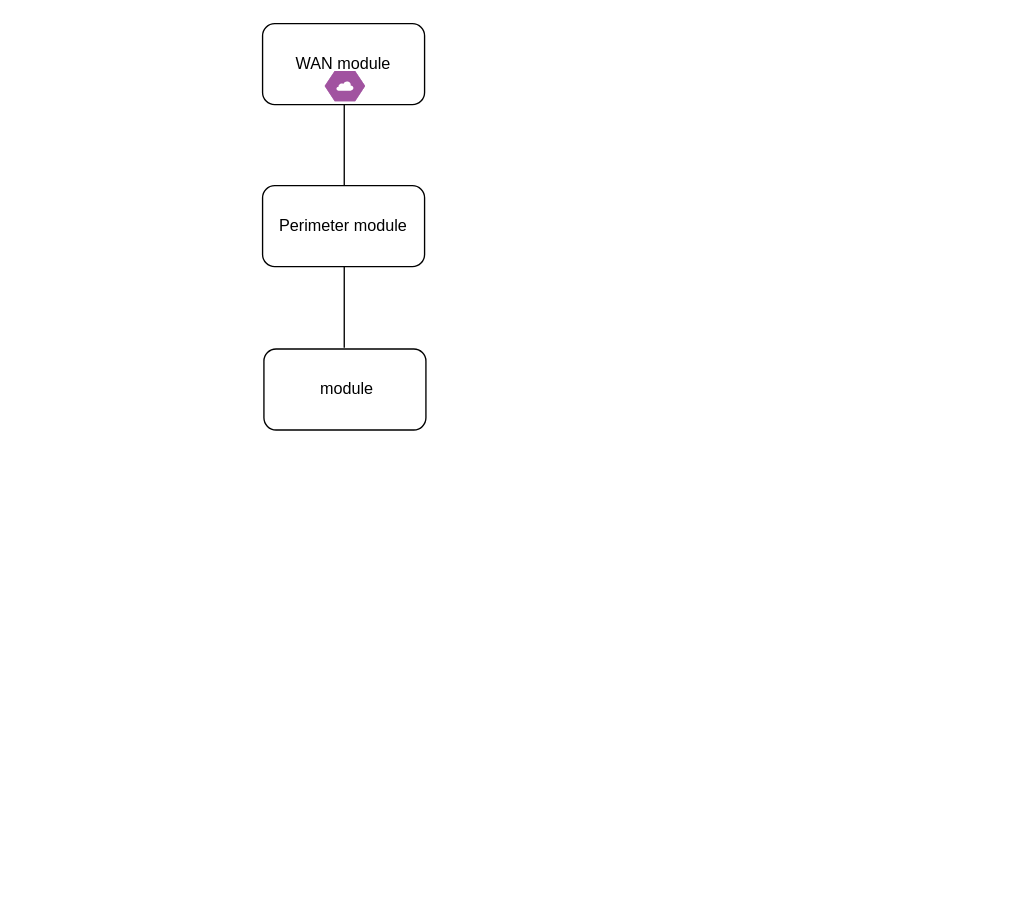
Earlier version of the draw.io diagram qlrr.drawio (Khuemin/Network). Source tidied: cells renumbered, new cells numbered last; positions are measured from the earlier drawing's top-left corner, leaving out a move shared by most shapes. Both pictures are drawn from the tidied source at 135%, with x=0, y=0 at pixel (262, 23).
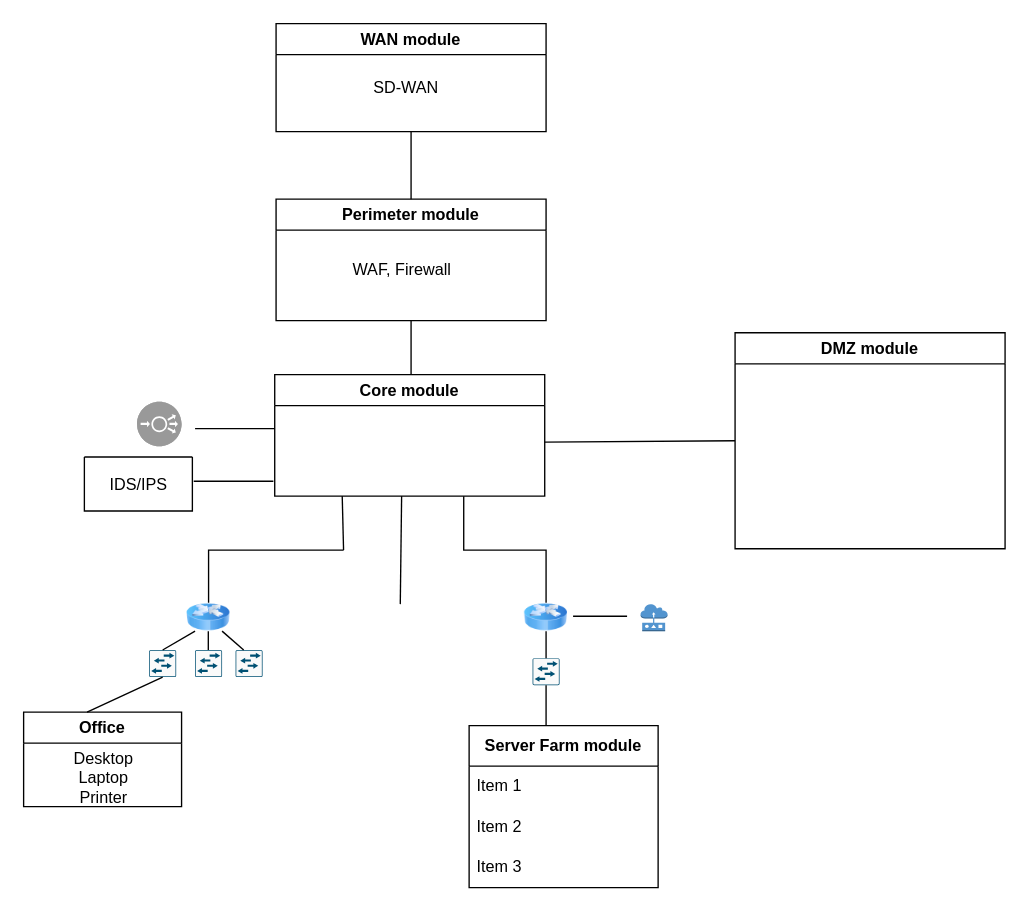
The same diagram, later.

Commit message (it also covers changes not shown here):
Cập nhật qlrr.drawio

Diff of the diagram source:
```diff
@@
-    <mxCell id="2" value="WAN module" style="rounded=1;whiteSpace=wrap;html=1;" parent="1" vertex="1">
-      <mxGeometry width="120" height="60" as="geometry" />
+    <mxCell id="2" value="WAN module" style="swimlane;whiteSpace=wrap;html=1;" parent="1" vertex="1">
+      <mxGeometry x="10" width="200" height="80" as="geometry" />
     </mxCell>
-    <mxCell id="3" style="verticalLabelPosition=bottom;sketch=0;html=1;fillColor=#A153A0;strokeColor=#ffffff;verticalAlign=top;align=center;shape=mxgraph.cisco_safe.compositeIcon;bgIcon=mxgraph.cisco_safe.design.blank_device;resIcon=mxgraph.cisco_safe.design.sd_wan;" parent="1" vertex="1">
-      <mxGeometry x="46" y="35" width="30" height="22.5" as="geometry" />
-    </mxCell>
-    <mxCell id="4" style="endArrow=none;html=1;rounded=0;" parent="1" edge="1">
-      <mxGeometry relative="1" as="geometry">
-        <mxPoint x="60.5" y="120" as="sourcePoint" />
-        <mxPoint x="60.5" y="60" as="targetPoint" />
-      </mxGeometry>
-    </mxCell>
-    <mxCell id="5" value="Perimeter module" style="rounded=1;whiteSpace=wrap;html=1;" parent="1" vertex="1">
-      <mxGeometry y="120" width="120" height="60" as="geometry" />
+    <mxCell id="5" value="Perimeter module" style="swimlane;whiteSpace=wrap;html=1;" parent="1" vertex="1">
+      <mxGeometry x="10" y="130" width="200" height="90" as="geometry" />
     </mxCell>
-    <mxCell id="6" value="&amp;nbsp;module" style="rounded=1;whiteSpace=wrap;html=1;" parent="1" vertex="1">
-      <mxGeometry x="1" y="241" width="120" height="60" as="geometry" />
-    </mxCell>
-    <mxCell id="7" style="endArrow=none;html=1;rounded=0;" parent="1" edge="1">
-      <mxGeometry relative="1" as="geometry">
-        <mxPoint x="60.5" y="240" as="sourcePoint" />
-        <mxPoint x="60.5" y="180" as="targetPoint" />
-      </mxGeometry>
-    </mxCell>
+    <mxCell id="8" value="Core module" style="swimlane;whiteSpace=wrap;html=1;" parent="1" vertex="1">
+      <mxGeometry x="9" y="260" width="200" height="90" as="geometry" />
+    </mxCell>
+    <mxCell id="9" style="endArrow=none;html=1;rounded=0;entryX=0.5;entryY=1;entryDx=0;entryDy=0;" parent="1" edge="1" target="5">
+      <mxGeometry relative="1" as="geometry">
+        <mxPoint x="110" y="260" as="sourcePoint" />
+      </mxGeometry>
+    </mxCell>
+    <mxCell id="10" style="endArrow=none;html=1;rounded=0;exitX=0.5;exitY=0;exitDx=0;exitDy=0;entryX=0.5;entryY=1;entryDx=0;entryDy=0;" parent="1" edge="1" source="5" target="2">
+      <mxGeometry relative="1" as="geometry" />
+    </mxCell>
+    <mxCell id="11" value="DMZ module" style="swimlane;whiteSpace=wrap;html=1;" parent="1" vertex="1">
+      <mxGeometry x="350" y="229" width="200" height="160" as="geometry" />
+    </mxCell>
+    <mxCell id="12" style="endArrow=none;html=1;rounded=0;entryX=0;entryY=0.5;entryDx=0;entryDy=0;" parent="1" edge="1" target="11">
+      <mxGeometry relative="1" as="geometry">
+        <mxPoint x="209" y="310" as="sourcePoint" />
+      </mxGeometry>
+    </mxCell>
+    <mxCell id="13" style="endArrow=none;html=1;rounded=0;" parent="1" edge="1">
+      <mxGeometry relative="1" as="geometry">
+        <mxPoint x="-40" y="429" as="sourcePoint" />
+        <mxPoint x="60" y="390" as="targetPoint" />
+        <Array as="points">
+          <mxPoint x="-40" y="429" />
+          <mxPoint x="-40" y="390" />
+        </Array>
+      </mxGeometry>
+    </mxCell>
+    <mxCell id="14" style="endArrow=none;html=1;rounded=0;exitX=0.5;exitY=0;exitDx=0;exitDy=0;" parent="1" edge="1">
+      <mxGeometry relative="1" as="geometry">
+        <mxPoint x="102" y="430" as="sourcePoint" />
+        <mxPoint x="103" y="350" as="targetPoint" />
+      </mxGeometry>
+    </mxCell>
+    <mxCell id="15" style="endArrow=none;html=1;rounded=0;" parent="1" edge="1">
+      <mxGeometry relative="1" as="geometry">
+        <mxPoint x="210" y="429" as="sourcePoint" />
+        <mxPoint x="149" y="350" as="targetPoint" />
+        <Array as="points">
+          <mxPoint x="210" y="390" />
+          <mxPoint x="149" y="390" />
+        </Array>
+      </mxGeometry>
+    </mxCell>
+    <mxCell id="16" value="WAF, Firewall" style="text;html=1;align=center;verticalAlign=middle;strokeColor=none;fillColor=none;" parent="1" vertex="1">
+      <mxGeometry x="53" y="168" width="100" height="30" as="geometry" />
+    </mxCell>
+    <mxCell id="17" value="Office" style="swimlane;whiteSpace=wrap;html=1;" parent="1" vertex="1">
+      <mxGeometry x="-177" y="510" width="117" height="70" as="geometry" />
+    </mxCell>
+    <mxCell id="18" value="Desktop&lt;div&gt;Laptop&lt;/div&gt;&lt;div&gt;Printer&lt;/div&gt;" style="text;html=1;align=center;verticalAlign=middle;strokeColor=none;fillColor=none;" parent="17" vertex="1">
+      <mxGeometry x="23.5" y="19" width="70" height="60" as="geometry" />
+    </mxCell>
+    <mxCell id="19" value="SD-WAN" style="text;html=1;align=center;verticalAlign=middle;strokeColor=none;fillColor=none;" parent="1" vertex="1">
+      <mxGeometry x="71" y="33" width="70" height="30" as="geometry" />
+    </mxCell>
+    <mxCell id="20" style="image;html=1;image=img/lib/clip_art/networking/Router_Icon_128x128.png;" parent="1" vertex="1">
+      <mxGeometry x="-60" y="430" width="40" height="20" as="geometry" />
+    </mxCell>
+    <mxCell id="21" style="endArrow=none;html=1;rounded=0;entryX=0;entryY=1;entryDx=0;entryDy=0;exitX=0.5;exitY=0;exitDx=0;exitDy=0;exitPerimeter=0;" parent="1" edge="1">
+      <mxGeometry relative="1" as="geometry">
+        <mxPoint x="-40.2" y="464" as="sourcePoint" />
+        <mxPoint x="-40.2" y="450" as="targetPoint" />
+      </mxGeometry>
+    </mxCell>
+    <mxCell id="22" style="sketch=0;verticalLabelPosition=bottom;html=1;verticalAlign=top;align=center;shape=mxgraph.cisco19.rect;prIcon=l2_switch;fillColor=#FAFAFA;strokeColor=#005073;" parent="1" vertex="1">
+      <mxGeometry x="-50" y="464" width="20" height="20" as="geometry" />
+    </mxCell>
+    <mxCell id="23" style="sketch=0;verticalLabelPosition=bottom;html=1;verticalAlign=top;align=center;shape=mxgraph.cisco19.rect;prIcon=l2_switch;fillColor=#FAFAFA;strokeColor=#005073;" parent="1" vertex="1">
+      <mxGeometry x="-20" y="464" width="20" height="20" as="geometry" />
+    </mxCell>
+    <mxCell id="24" style="sketch=0;points=[[0.015,0.015,0],[0.985,0.015,0],[0.985,0.985,0],[0.015,0.985,0],[0.25,0,0],[0.5,0,0],[0.75,0,0],[1,0.25,0],[1,0.5,0],[1,0.75,0],[0.75,1,0],[0.5,1,0],[0.25,1,0],[0,0.75,0],[0,0.5,0],[0,0.25,0]];verticalLabelPosition=bottom;html=1;verticalAlign=top;align=center;shape=mxgraph.cisco19.rect;prIcon=l2_switch;fillColor=#FAFAFA;strokeColor=#005073;" parent="1" vertex="1">
+      <mxGeometry x="-84" y="464" width="20" height="20" as="geometry" />
+    </mxCell>
+    <mxCell id="25" style="endArrow=none;html=1;rounded=0;entryX=0.25;entryY=1;entryDx=0;entryDy=0;exitX=0.5;exitY=0;exitDx=0;exitDy=0;exitPerimeter=0;" parent="1" edge="1" source="24" target="20">
+      <mxGeometry relative="1" as="geometry" />
+    </mxCell>
+    <mxCell id="26" style="endArrow=none;html=1;rounded=0;entryX=0.75;entryY=1;entryDx=0;entryDy=0;exitX=0.5;exitY=0;exitDx=0;exitDy=0;exitPerimeter=0;" parent="1" edge="1" target="20">
+      <mxGeometry relative="1" as="geometry">
+        <mxPoint x="-14" y="464" as="sourcePoint" />
+      </mxGeometry>
+    </mxCell>
+    <mxCell id="27" style="endArrow=none;html=1;rounded=0;entryX=0.5;entryY=1;entryDx=0;entryDy=0;entryPerimeter=0;" parent="1" edge="1" target="24">
+      <mxGeometry relative="1" as="geometry">
+        <mxPoint x="-130" y="510" as="sourcePoint" />
+      </mxGeometry>
+    </mxCell>
+    <mxCell id="28" style="image;html=1;image=img/lib/clip_art/networking/Router_Icon_128x128.png;" parent="1" vertex="1">
+      <mxGeometry x="190" y="430" width="40" height="20" as="geometry" />
+    </mxCell>
+    <mxCell id="29" style="sketch=0;points=[[0.015,0.015,0],[0.985,0.015,0],[0.985,0.985,0],[0.015,0.985,0],[0.25,0,0],[0.5,0,0],[0.75,0,0],[1,0.25,0],[1,0.5,0],[1,0.75,0],[0.75,1,0],[0.5,1,0],[0.25,1,0],[0,0.75,0],[0,0.5,0],[0,0.25,0]];verticalLabelPosition=bottom;html=1;verticalAlign=top;align=center;shape=mxgraph.cisco19.rect;prIcon=l2_switch;fillColor=#FAFAFA;strokeColor=#005073;" parent="1" vertex="1">
+      <mxGeometry x="200" y="470" width="20" height="20" as="geometry" />
+    </mxCell>
+    <mxCell id="30" style="endArrow=none;html=1;rounded=0;exitX=0.5;exitY=0;exitDx=0;exitDy=0;exitPerimeter=0;" parent="1" edge="1" source="29">
+      <mxGeometry relative="1" as="geometry">
+        <mxPoint x="210" y="450" as="targetPoint" />
+      </mxGeometry>
+    </mxCell>
+    <mxCell id="31" style="endArrow=none;html=1;rounded=0;" parent="1" edge="1">
+      <mxGeometry relative="1" as="geometry">
+        <mxPoint x="210" y="520" as="sourcePoint" />
+        <mxPoint x="210" y="490" as="targetPoint" />
+      </mxGeometry>
+    </mxCell>
+    <mxCell id="32" value="&lt;b&gt;Server Farm module&lt;/b&gt;" style="swimlane;fontStyle=0;horizontal=1;startSize=30;whiteSpace=wrap;html=1;" parent="1" vertex="1">
+      <mxGeometry x="153" y="520" width="140" height="120" as="geometry" />
+    </mxCell>
+    <mxCell id="33" value="Item 1" style="text;strokeColor=none;fillColor=none;align=left;verticalAlign=middle;spacingLeft=4;spacingRight=4;overflow=hidden;whiteSpace=wrap;html=1;" parent="32" vertex="1">
+      <mxGeometry y="30" width="140" height="30" as="geometry" />
+    </mxCell>
+    <mxCell id="34" value="Item 2" style="text;strokeColor=none;fillColor=none;align=left;verticalAlign=middle;spacingLeft=4;spacingRight=4;overflow=hidden;whiteSpace=wrap;html=1;" parent="32" vertex="1">
+      <mxGeometry y="60" width="140" height="30" as="geometry" />
+    </mxCell>
+    <mxCell id="35" value="Item 3" style="text;strokeColor=none;fillColor=none;align=left;verticalAlign=middle;spacingLeft=4;spacingRight=4;overflow=hidden;whiteSpace=wrap;html=1;" parent="32" vertex="1">
+      <mxGeometry y="90" width="140" height="30" as="geometry" />
+    </mxCell>
+    <mxCell id="36" style="endArrow=none;html=1;rounded=0;" parent="1" edge="1">
+      <mxGeometry relative="1" as="geometry">
+        <mxPoint x="230" y="439" as="sourcePoint" />
+        <mxPoint x="270" y="439" as="targetPoint" />
+      </mxGeometry>
+    </mxCell>
+    <mxCell id="37" style="dashed=0;verticalLabelPosition=bottom;verticalAlign=top;align=center;html=1;shape=mxgraph.aws3.sensor;fillColor=#5294CF;gradientColor=none;" parent="1" vertex="1">
+      <mxGeometry x="280" y="430" width="20" height="20" as="geometry" />
+    </mxCell>
+    <mxCell id="38" style="endArrow=none;html=1;rounded=0;" parent="1" edge="1">
+      <mxGeometry relative="1" as="geometry">
+        <mxPoint x="-50" y="300" as="sourcePoint" />
+        <mxPoint x="9" y="300" as="targetPoint" />
+      </mxGeometry>
+    </mxCell>
+    <mxCell id="39" style="endArrow=none;html=1;rounded=0;" parent="1" edge="1">
+      <mxGeometry relative="1" as="geometry">
+        <mxPoint x="-51" y="339" as="sourcePoint" />
+        <mxPoint x="8" y="339" as="targetPoint" />
+      </mxGeometry>
+    </mxCell>
+    <mxCell id="40" style="fillColor=#999999;verticalLabelPosition=bottom;sketch=0;html=1;strokeColor=#ffffff;verticalAlign=top;align=center;shape=mxgraph.cisco_safe.compositeIcon;bgIcon=ellipse;resIcon=mxgraph.cisco_safe.capability.load_balancer;" parent="1" vertex="1">
+      <mxGeometry x="-93" y="280" width="33" height="33" as="geometry" />
+    </mxCell>
+    <mxCell id="41" style="endArrow=none;html=1;rounded=0;entryX=0.25;entryY=1;entryDx=0;entryDy=0;" parent="1" edge="1" target="8">
+      <mxGeometry relative="1" as="geometry">
+        <mxPoint x="60" y="390" as="sourcePoint" />
+      </mxGeometry>
+    </mxCell>
+    <mxCell id="42" style="swimlane;startSize=0;" parent="1" vertex="1">
+      <mxGeometry x="-132" y="321" width="80" height="40" as="geometry" />
+    </mxCell>
+    <mxCell id="43" value="IDS/IPS" style="text;html=1;align=center;verticalAlign=middle;strokeColor=none;fillColor=none;" parent="1" vertex="1">
+      <mxGeometry x="-127" y="327" width="70" height="30" as="geometry" />
+    </mxCell>
```
